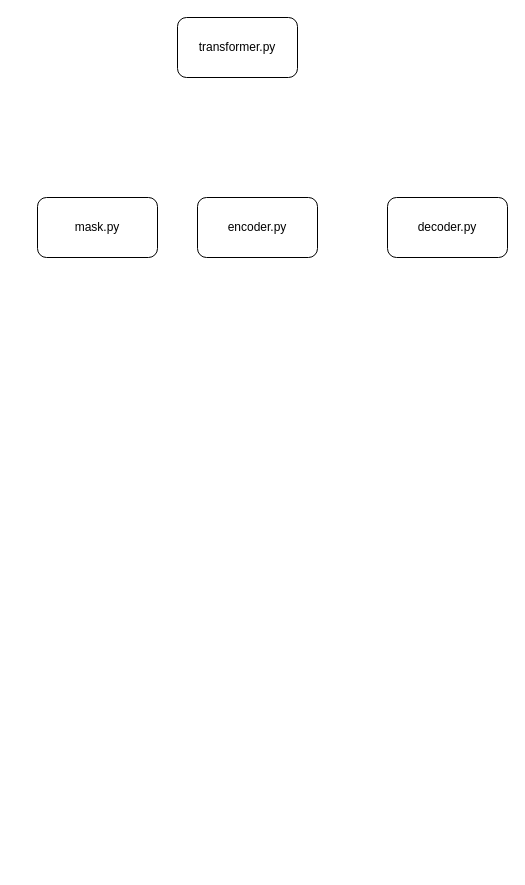
Earlier version of the draw.io diagram Transformer梳理.drawio (177-Liukuan/MyPicture). Source tidied: cells renumbered, new cells numbered last; positions are measured from the earlier drawing's top-left corner, leaving out a move shared by most shapes. Both pictures are drawn from the tidied source at 100%, with x=0, y=0 at pixel (37, 17).
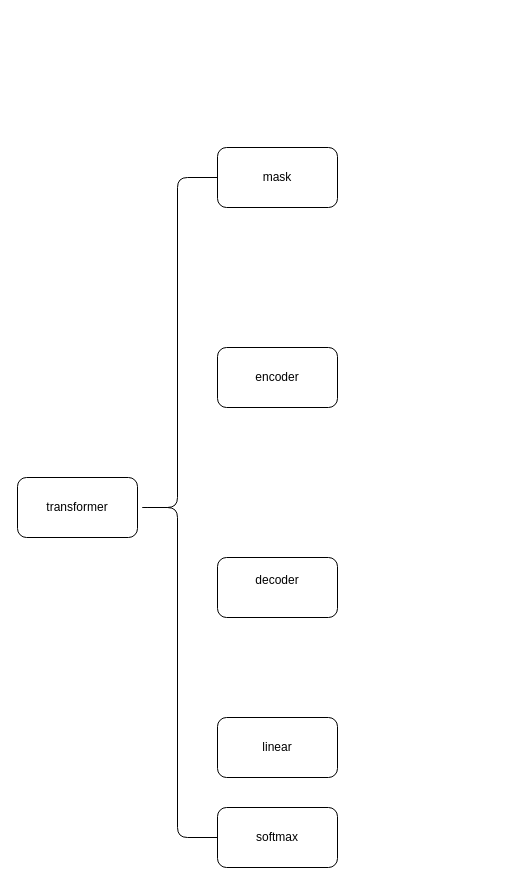
Above is the later version.

Change to the diagram source:
```diff
@@
 <mxGraphModel>
   <root>
     <mxCell id="0" />
     <mxCell id="1" parent="0" />
-    <mxCell id="2" value="transformer.py" style="rounded=1;whiteSpace=wrap;html=1;" parent="1" vertex="1">
-      <mxGeometry x="140" width="120" height="60" as="geometry" />
+    <mxCell id="2" value="transformer" style="rounded=1;whiteSpace=wrap;html=1;" parent="1" vertex="1">
+      <mxGeometry x="-20" y="460" width="120" height="60" as="geometry" />
     </mxCell>
-    <mxCell id="3" value="mask.py" style="rounded=1;whiteSpace=wrap;html=1;" parent="1" vertex="1">
-      <mxGeometry y="180" width="120" height="60" as="geometry" />
+    <mxCell id="3" value="mask" style="rounded=1;whiteSpace=wrap;html=1;" parent="1" vertex="1">
+      <mxGeometry x="180" y="130" width="120" height="60" as="geometry" />
     </mxCell>
-    <mxCell id="4" value="encoder.py" style="rounded=1;whiteSpace=wrap;html=1;" parent="1" vertex="1">
-      <mxGeometry x="160" y="180" width="120" height="60" as="geometry" />
+    <mxCell id="4" value="encoder" style="rounded=1;whiteSpace=wrap;html=1;" parent="1" vertex="1">
+      <mxGeometry x="180" y="330" width="120" height="60" as="geometry" />
     </mxCell>
-    <mxCell id="5" value="decoder.py" style="rounded=1;whiteSpace=wrap;html=1;" parent="1" vertex="1">
-      <mxGeometry x="350" y="180" width="120" height="60" as="geometry" />
+    <mxCell id="5" value="decoder&lt;div&gt;&lt;br&gt;&lt;/div&gt;" style="rounded=1;whiteSpace=wrap;html=1;" parent="1" vertex="1">
+      <mxGeometry x="180" y="540" width="120" height="60" as="geometry" />
     </mxCell>
+    <mxCell id="6" value="linear" style="rounded=1;whiteSpace=wrap;html=1;" parent="1" vertex="1">
+      <mxGeometry x="180" y="700" width="120" height="60" as="geometry" />
+    </mxCell>
+    <mxCell id="7" value="softmax" style="rounded=1;whiteSpace=wrap;html=1;" parent="1" vertex="1">
+      <mxGeometry x="180" y="790" width="120" height="60" as="geometry" />
+    </mxCell>
+    <mxCell id="8" style="shape=curlyBracket;whiteSpace=wrap;html=1;rounded=1;labelPosition=left;verticalLabelPosition=middle;align=right;verticalAlign=middle;" parent="1" vertex="1">
+      <mxGeometry x="100" y="160" width="80" height="660" as="geometry" />
+    </mxCell>
   </root>
 </mxGraphModel>
```
